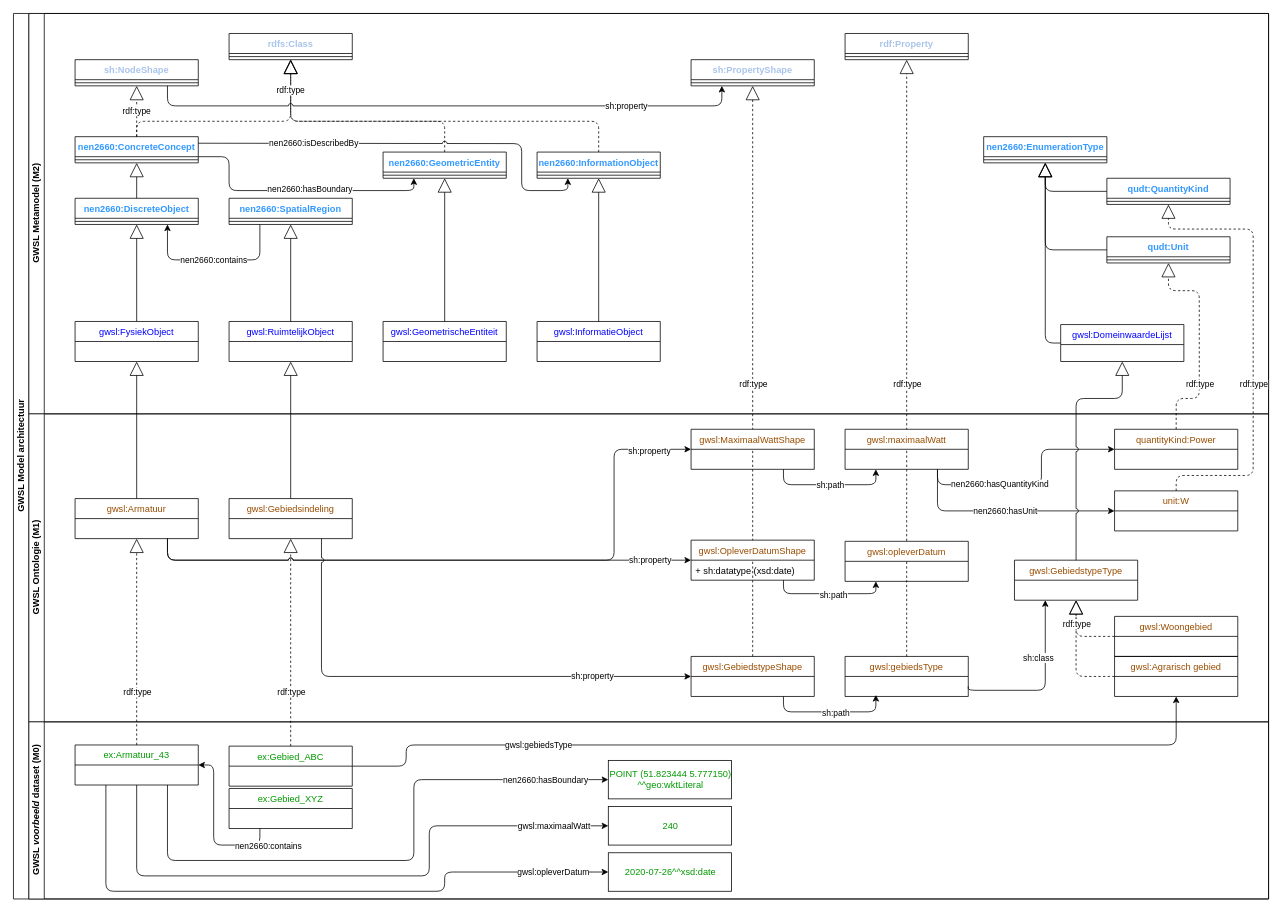
Above: data/Werkgroep Modellering en Techniek/GWSL_Model_Architectuur.drawio in Stichting-CROW/gwsl (draw.io), before the change. Source tidied: cells renumbered, new cells numbered last; positions are measured from the earlier drawing's top-left corner, leaving out a move shared by most shapes. Both pictures are drawn from the tidied source at 77%, with x=0, y=0 at pixel (13, 13).
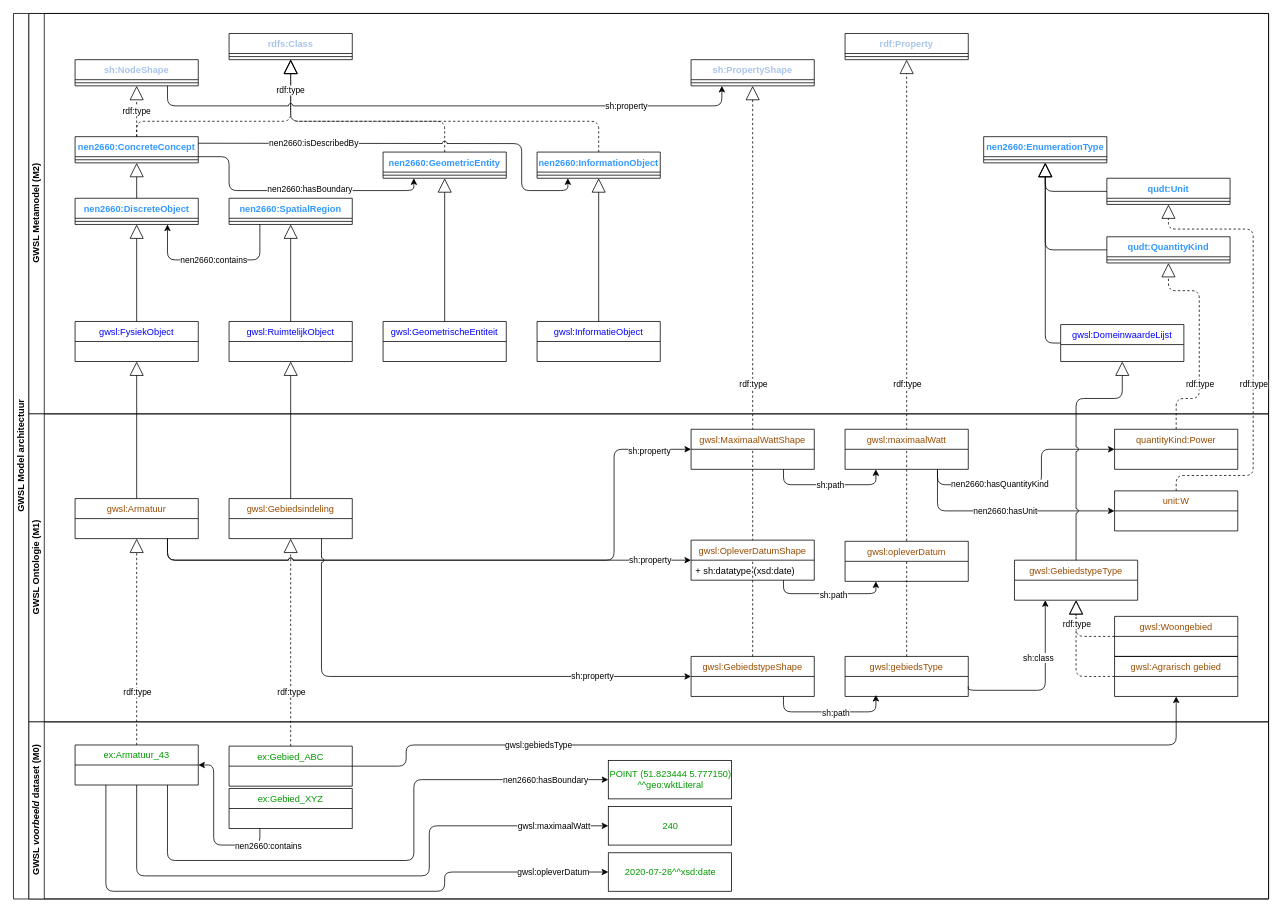
Above is the later version.

Unchanged cells that the change refers to:
```xml
<mxCell id="7" value="GWSL Metamodel (M2)" style="swimlane;html=1;startSize=20;horizontal=0;" parent="2" vertex="1">
  <mxGeometry x="20" width="1610" height="520" as="geometry" />
</mxCell>
```

Diff of the diagram source:
```diff
@@
-    <mxCell id="16" value="qudt:QuantityKind" style="swimlane;fontStyle=1;align=center;verticalAlign=top;horizontal=1;startSize=26;labelBackgroundColor=none;fontColor=#3399FF;" parent="7" vertex="1">
+    <mxCell id="16" value="qudt:Unit" style="swimlane;fontStyle=1;align=center;verticalAlign=top;horizontal=1;startSize=26;labelBackgroundColor=none;fontColor=#3399FF;" parent="7" vertex="1">
       <mxGeometry x="1400" y="214" width="160" height="34" as="geometry" />
     </mxCell>
@@
-    <mxCell id="18" value="qudt:Unit" style="swimlane;fontStyle=1;align=center;verticalAlign=top;horizontal=1;startSize=26;labelBackgroundColor=none;fontColor=#3399FF;" parent="7" vertex="1">
+    <mxCell id="18" value="qudt:QuantityKind" style="swimlane;fontStyle=1;align=center;verticalAlign=top;horizontal=1;startSize=26;labelBackgroundColor=none;fontColor=#3399FF;" parent="7" vertex="1">
       <mxGeometry x="1400" y="290" width="160" height="34" as="geometry" />
     </mxCell>
```
